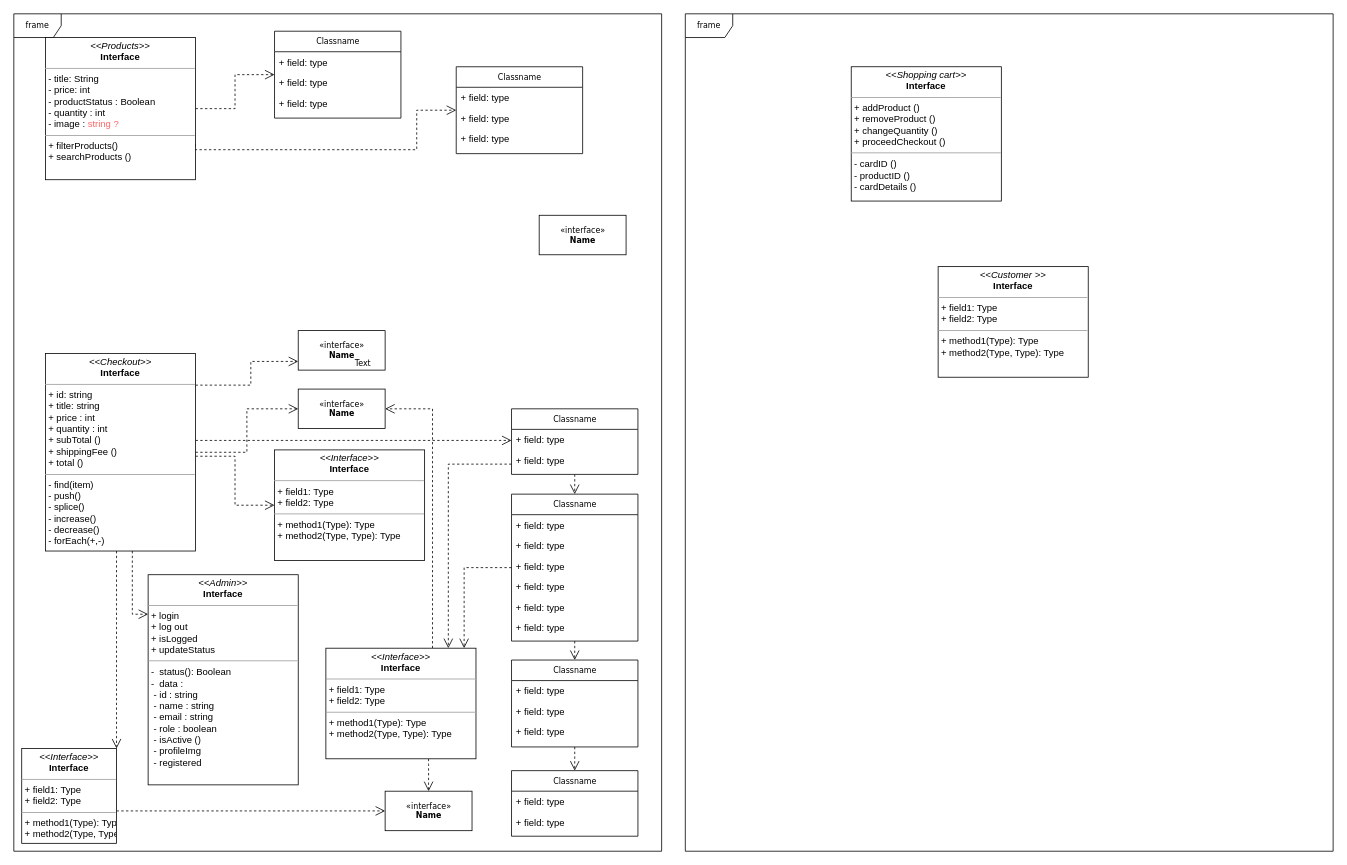
The draw.io diagram UML-gameShop.drawio in TomasSirotek/UML-diagram, before the edit. Source tidied: cells renumbered, new cells numbered last; positions are measured from the earlier drawing's top-left corner, leaving out a move shared by most shapes. Both pictures are drawn from the tidied source at 79%, with x=0, y=0 at pixel (13, 13).
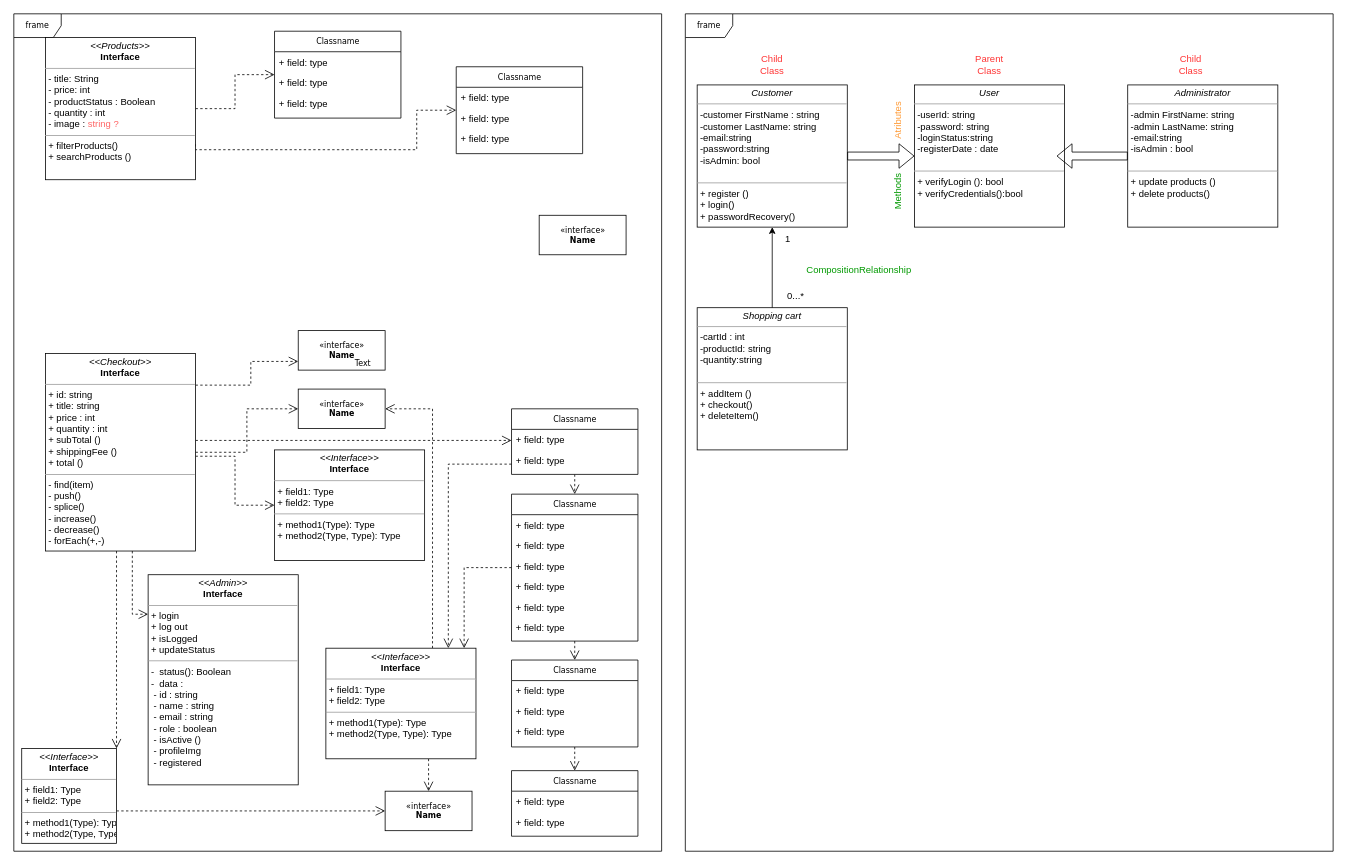
Above is the later version.

Change to the diagram source:
```diff
@@
-    <mxCell id="43" value="&lt;p style=&quot;margin: 0px ; margin-top: 4px ; text-align: center&quot;&gt;&lt;i&gt;&amp;lt;&amp;lt;Customer &amp;gt;&amp;gt;&lt;/i&gt;&lt;br&gt;&lt;b&gt;Interface&lt;/b&gt;&lt;/p&gt;&lt;hr size=&quot;1&quot;&gt;&lt;p style=&quot;margin: 0px ; margin-left: 4px&quot;&gt;+ field1: Type&lt;br&gt;+ field2: Type&lt;/p&gt;&lt;hr size=&quot;1&quot;&gt;&lt;p style=&quot;margin: 0px ; margin-left: 4px&quot;&gt;+ method1(Type): Type&lt;br&gt;+ method2(Type, Type): Type&lt;/p&gt;" style="verticalAlign=top;align=left;overflow=fill;fontSize=12;fontFamily=Helvetica;html=1;rounded=0;shadow=0;comic=0;labelBackgroundColor=none;strokeWidth=1;" parent="1" vertex="1">
-      <mxGeometry x="1170" y="320" width="190" height="140" as="geometry" />
-    </mxCell>
@@
-    <mxCell id="49" value="&lt;p style=&quot;margin: 0px ; margin-top: 4px ; text-align: center&quot;&gt;&lt;i&gt;&amp;lt;&amp;lt;Shopping cart&amp;gt;&amp;gt;&lt;/i&gt;&lt;br&gt;&lt;b&gt;Interface&lt;/b&gt;&lt;/p&gt;&lt;hr size=&quot;1&quot;&gt;&lt;p style=&quot;margin: 0px ; margin-left: 4px&quot;&gt;+ addProduct ()&lt;br&gt;+ removeProduct ()&lt;/p&gt;&lt;p style=&quot;margin: 0px ; margin-left: 4px&quot;&gt;+ changeQuantity ()&lt;br&gt;&lt;/p&gt;&lt;p style=&quot;margin: 0px ; margin-left: 4px&quot;&gt;+ proceedCheckout ()&lt;/p&gt;&lt;hr size=&quot;1&quot;&gt;&lt;p style=&quot;margin: 0px ; margin-left: 4px&quot;&gt;- cardID ()&lt;br&gt;&lt;/p&gt;&lt;p style=&quot;margin: 0px ; margin-left: 4px&quot;&gt;- productID ()&lt;/p&gt;&lt;p style=&quot;margin: 0px ; margin-left: 4px&quot;&gt;- cardDetails ()&lt;br&gt;&lt;/p&gt;" style="verticalAlign=top;align=left;overflow=fill;fontSize=12;fontFamily=Helvetica;html=1;rounded=0;shadow=0;comic=0;labelBackgroundColor=none;strokeWidth=1;" parent="1" vertex="1">
-      <mxGeometry x="1060" y="67" width="190" height="170" as="geometry" />
+    <mxCell id="49" value="&lt;p style=&quot;margin: 0px ; margin-top: 4px ; text-align: center&quot;&gt;&lt;i&gt;Customer&lt;/i&gt;&lt;br&gt;&lt;/p&gt;&lt;hr size=&quot;1&quot;&gt;&lt;p style=&quot;margin: 0px ; margin-left: 4px&quot;&gt;-customer FirstName : string&lt;/p&gt;&lt;p style=&quot;margin: 0px ; margin-left: 4px&quot;&gt;-customer LastName: string&lt;/p&gt;&lt;p style=&quot;margin: 0px ; margin-left: 4px&quot;&gt;-email:string&lt;/p&gt;&lt;p style=&quot;margin: 0px ; margin-left: 4px&quot;&gt;-password:string&lt;/p&gt;&lt;p style=&quot;margin: 0px ; margin-left: 4px&quot;&gt;-isAdmin: bool&amp;nbsp;&lt;/p&gt;&lt;p style=&quot;margin: 0px ; margin-left: 4px&quot;&gt;&lt;br&gt;&lt;/p&gt;&lt;hr size=&quot;1&quot;&gt;&lt;p style=&quot;margin: 0px ; margin-left: 4px&quot;&gt;+ register ()&lt;br&gt;&lt;/p&gt;&lt;p style=&quot;margin: 0px ; margin-left: 4px&quot;&gt;+ login()&lt;br&gt;&lt;/p&gt;&lt;p style=&quot;margin: 0px ; margin-left: 4px&quot;&gt;+ passwordRecovery()&lt;br&gt;&lt;/p&gt;&lt;p style=&quot;margin: 0px ; margin-left: 4px&quot;&gt;&lt;br&gt;&lt;/p&gt;" style="verticalAlign=top;align=left;overflow=fill;fontSize=12;fontFamily=Helvetica;html=1;rounded=0;shadow=0;comic=0;labelBackgroundColor=none;strokeWidth=1;" parent="1" vertex="1">
+      <mxGeometry x="865" y="90" width="190" height="180" as="geometry" />
     </mxCell>
@@
+    <mxCell id="58" value="&lt;p style=&quot;margin: 0px ; margin-top: 4px ; text-align: center&quot;&gt;&lt;i&gt;User&lt;/i&gt;&lt;br&gt;&lt;/p&gt;&lt;hr size=&quot;1&quot;&gt;&lt;p style=&quot;margin: 0px ; margin-left: 4px&quot;&gt;-userId: string&lt;/p&gt;&lt;p style=&quot;margin: 0px ; margin-left: 4px&quot;&gt;-password: string&lt;/p&gt;&lt;p style=&quot;margin: 0px ; margin-left: 4px&quot;&gt;-loginStatus:string&lt;/p&gt;&lt;p style=&quot;margin: 0px ; margin-left: 4px&quot;&gt;-registerDate : date&lt;/p&gt;&lt;p style=&quot;margin: 0px ; margin-left: 4px&quot;&gt;&lt;br&gt;&lt;/p&gt;&lt;hr size=&quot;1&quot;&gt;&lt;p style=&quot;margin: 0px ; margin-left: 4px&quot;&gt;+ verifyLogin (): bool&lt;br&gt;&lt;/p&gt;&lt;p style=&quot;margin: 0px ; margin-left: 4px&quot;&gt;+ verifyCredentials():bool&lt;br&gt;&lt;/p&gt;&lt;p style=&quot;margin: 0px ; margin-left: 4px&quot;&gt;&lt;br&gt;&lt;/p&gt;" style="verticalAlign=top;align=left;overflow=fill;fontSize=12;fontFamily=Helvetica;html=1;rounded=0;shadow=0;comic=0;labelBackgroundColor=none;strokeWidth=1;" parent="1" vertex="1">
+      <mxGeometry x="1140" y="90" width="190" height="180" as="geometry" />
+    </mxCell>
+    <mxCell id="59" value="&lt;p style=&quot;margin: 0px ; margin-top: 4px ; text-align: center&quot;&gt;&lt;i&gt;Shopping cart&lt;/i&gt;&lt;br&gt;&lt;/p&gt;&lt;hr size=&quot;1&quot;&gt;&lt;p style=&quot;margin: 0px ; margin-left: 4px&quot;&gt;-cartId : int&lt;/p&gt;&lt;p style=&quot;margin: 0px ; margin-left: 4px&quot;&gt;-productId: string&lt;/p&gt;&lt;p style=&quot;margin: 0px ; margin-left: 4px&quot;&gt;-quantity:string&lt;/p&gt;&lt;p style=&quot;margin: 0px ; margin-left: 4px&quot;&gt;&lt;br&gt;&lt;/p&gt;&lt;hr size=&quot;1&quot;&gt;&lt;p style=&quot;margin: 0px ; margin-left: 4px&quot;&gt;+ addItem ()&lt;br&gt;&lt;/p&gt;&lt;p style=&quot;margin: 0px ; margin-left: 4px&quot;&gt;+ checkout()&lt;br&gt;&lt;/p&gt;&lt;p style=&quot;margin: 0px ; margin-left: 4px&quot;&gt;+ deleteItem()&lt;/p&gt;&lt;p style=&quot;margin: 0px ; margin-left: 4px&quot;&gt;&lt;br&gt;&lt;/p&gt;" style="verticalAlign=top;align=left;overflow=fill;fontSize=12;fontFamily=Helvetica;html=1;rounded=0;shadow=0;comic=0;labelBackgroundColor=none;strokeWidth=1;" parent="1" vertex="1">
+      <mxGeometry x="865" y="372" width="190" height="180" as="geometry" />
+    </mxCell>
+    <mxCell id="60" value="&lt;p style=&quot;margin: 0px ; margin-top: 4px ; text-align: center&quot;&gt;&lt;i&gt;Administrator&lt;/i&gt;&lt;br&gt;&lt;/p&gt;&lt;hr size=&quot;1&quot;&gt;&lt;p style=&quot;margin: 0px ; margin-left: 4px&quot;&gt;-admin FirstName: string&lt;/p&gt;&lt;p style=&quot;margin: 0px ; margin-left: 4px&quot;&gt;-admin LastName: string&lt;/p&gt;&lt;p style=&quot;margin: 0px ; margin-left: 4px&quot;&gt;-email:string&lt;/p&gt;&lt;p style=&quot;margin: 0px ; margin-left: 4px&quot;&gt;-isAdmin : bool&lt;/p&gt;&lt;p style=&quot;margin: 0px ; margin-left: 4px&quot;&gt;&lt;br&gt;&lt;/p&gt;&lt;hr size=&quot;1&quot;&gt;&lt;p style=&quot;margin: 0px ; margin-left: 4px&quot;&gt;+ update products ()&lt;br&gt;&lt;/p&gt;&lt;p style=&quot;margin: 0px ; margin-left: 4px&quot;&gt;+ delete products()&lt;br&gt;&lt;/p&gt;&lt;p style=&quot;margin: 0px ; margin-left: 4px&quot;&gt;&lt;br&gt;&lt;/p&gt;" style="verticalAlign=top;align=left;overflow=fill;fontSize=12;fontFamily=Helvetica;html=1;rounded=0;shadow=0;comic=0;labelBackgroundColor=none;strokeWidth=1;" parent="1" vertex="1">
+      <mxGeometry x="1410" y="90" width="190" height="180" as="geometry" />
+    </mxCell>
+    <mxCell id="61" value="&lt;font color=&quot;#ff9933&quot;&gt;Atributes&lt;/font&gt;" style="text;html=1;strokeColor=none;fillColor=none;align=center;verticalAlign=middle;whiteSpace=wrap;rounded=0;rotation=270;" parent="1" vertex="1">
+      <mxGeometry x="1090" y="120" width="60" height="30" as="geometry" />
+    </mxCell>
+    <mxCell id="62" value="&lt;font color=&quot;#009900&quot;&gt;Methods&lt;/font&gt;" style="text;html=1;strokeColor=none;fillColor=none;align=center;verticalAlign=middle;whiteSpace=wrap;rounded=0;rotation=270;" parent="1" vertex="1">
+      <mxGeometry x="1090" y="210" width="60" height="30" as="geometry" />
+    </mxCell>
+    <mxCell id="63" value="&lt;font color=&quot;#ff3333&quot;&gt;Parent Class&lt;/font&gt;" style="text;html=1;strokeColor=none;fillColor=none;align=center;verticalAlign=middle;whiteSpace=wrap;rounded=0;fontColor=#FF9933;" parent="1" vertex="1">
+      <mxGeometry x="1205" y="50" width="60" height="30" as="geometry" />
+    </mxCell>
+    <mxCell id="64" value="&lt;font color=&quot;#ff3333&quot;&gt;Child Class&lt;/font&gt;" style="text;html=1;strokeColor=none;fillColor=none;align=center;verticalAlign=middle;whiteSpace=wrap;rounded=0;fontColor=#FF9933;" parent="1" vertex="1">
+      <mxGeometry x="930" y="50" width="60" height="30" as="geometry" />
+    </mxCell>
+    <mxCell id="65" style="shape=flexArrow;endArrow=classic;html=1;rounded=0;fontColor=#FF3333;exitX=1;exitY=0.5;exitDx=0;exitDy=0;" parent="1" edge="1" source="49" target="58">
+      <mxGeometry relative="1" as="geometry" />
+    </mxCell>
+    <mxCell id="66" style="shape=flexArrow;endArrow=classic;html=1;rounded=0;fontColor=#FF3333;exitX=0;exitY=0.5;exitDx=0;exitDy=0;" parent="1" edge="1" source="60">
+      <mxGeometry relative="1" as="geometry">
+        <mxPoint x="1320" y="180" as="targetPoint" />
+      </mxGeometry>
+    </mxCell>
+    <mxCell id="67" value="&lt;font color=&quot;#ff3333&quot;&gt;Child Class&lt;/font&gt;" style="text;html=1;strokeColor=none;fillColor=none;align=center;verticalAlign=middle;whiteSpace=wrap;rounded=0;fontColor=#FF9933;" parent="1" vertex="1">
+      <mxGeometry x="1460" y="50" width="60" height="30" as="geometry" />
+    </mxCell>
+    <mxCell id="68" style="endArrow=classic;html=1;rounded=0;fontColor=#009900;exitX=0.5;exitY=0;exitDx=0;exitDy=0;entryX=0.5;entryY=1;entryDx=0;entryDy=0;" parent="1" edge="1" source="59" target="49">
+      <mxGeometry relative="1" as="geometry" />
+    </mxCell>
+    <mxCell id="69" value="&lt;font color=&quot;#009900&quot;&gt;CompositionRelationship&lt;/font&gt;" style="text;html=1;strokeColor=none;fillColor=none;align=center;verticalAlign=middle;whiteSpace=wrap;rounded=0;rotation=0;" parent="1" vertex="1">
+      <mxGeometry x="1040" y="310" width="60" height="30" as="geometry" />
+    </mxCell>
+    <mxCell id="70" value="&lt;font color=&quot;#000000&quot;&gt;0...*&lt;/font&gt;" style="text;html=1;strokeColor=none;fillColor=none;align=center;verticalAlign=middle;whiteSpace=wrap;rounded=0;fontColor=#009900;" parent="1" vertex="1">
+      <mxGeometry x="960" y="342" width="60" height="30" as="geometry" />
+    </mxCell>
+    <mxCell id="71" value="&lt;font color=&quot;#000000&quot;&gt;1&lt;/font&gt;" style="text;html=1;strokeColor=none;fillColor=none;align=center;verticalAlign=middle;whiteSpace=wrap;rounded=0;fontColor=#009900;" parent="1" vertex="1">
+      <mxGeometry x="950" y="270" width="60" height="30" as="geometry" />
+    </mxCell>
```
